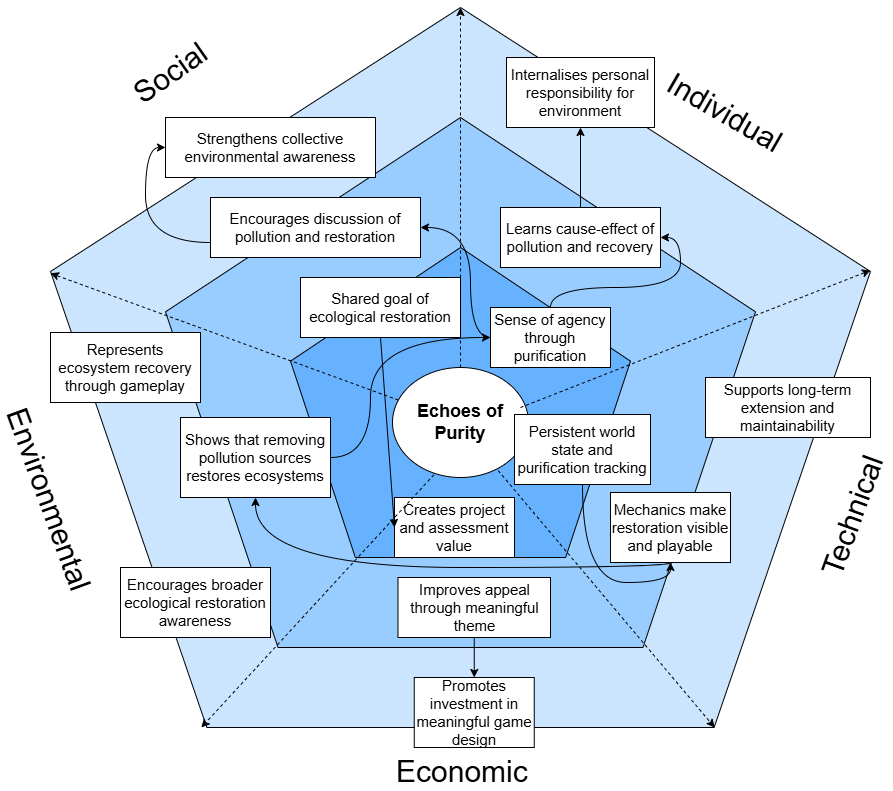
Above: resources/images/Sustainability_Awareness_Framework.png in UoB-COMSM0166/2026-group-6 (draw.io), before the change. Source tidied: cells renumbered, new cells last; positions are measured from the earlier drawing's top-left corner, leaving out a move shared by most shapes.
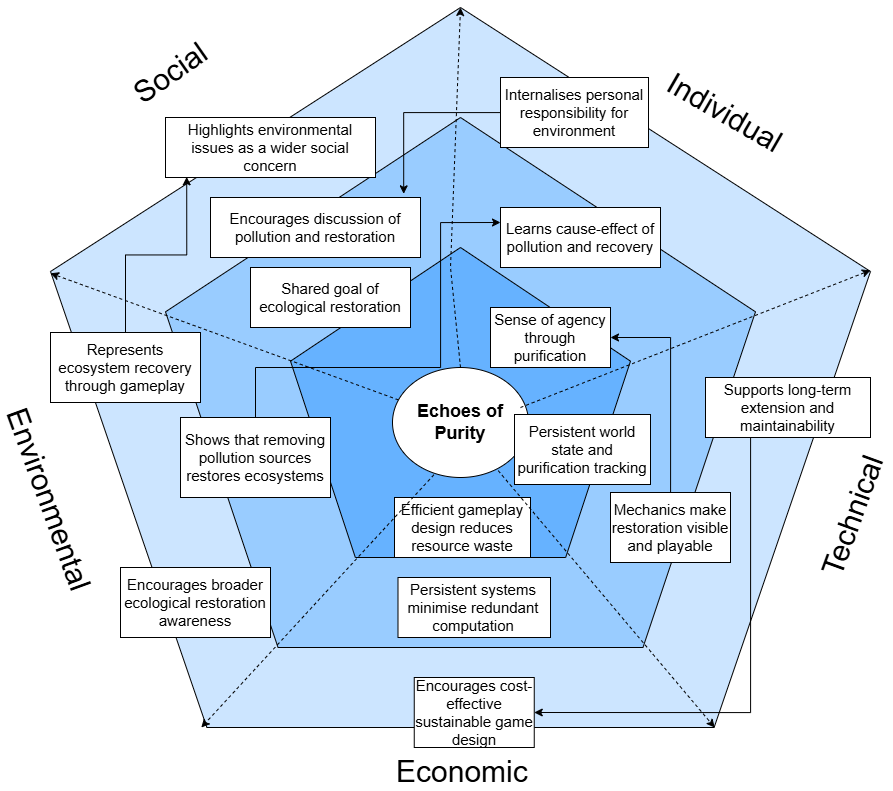
After the commit.

The edit, as a diff of the source:
```diff
@@ -26,75 +26,58 @@
     <mxCell id="9" style="whiteSpace=wrap;html=1;shape=mxgraph.basic.pentagon;fillColor=#66B2FF;" parent="1" vertex="1">
       <mxGeometry x="271" y="240" width="340" height="310" as="geometry" />
     </mxCell>
-    <mxCell id="10" value="&lt;font style=&quot;font-size: 15px;&quot;&gt;Strengthens collective environmental awareness&lt;/font&gt;" style="rounded=0;whiteSpace=wrap;html=1;" parent="1" vertex="1">
-      <mxGeometry x="146" y="110" width="210" height="60" as="geometry" />
-    </mxCell>
-    <mxCell id="11" style="edgeStyle=orthogonalEdgeStyle;rounded=0;jettySize=auto;html=1;entryX=0;entryY=0.5;entryDx=0;entryDy=0;curved=1;exitX=0;exitY=0.75;exitDx=0;exitDy=0;" parent="1" edge="1" source="12" target="10">
-      <mxGeometry relative="1" as="geometry" />
-    </mxCell>
     <mxCell id="12" value="&lt;font style=&quot;font-size: 15px;&quot;&gt;Encourages discussion of pollution and restoration&lt;/font&gt;" style="rounded=0;whiteSpace=wrap;html=1;" parent="1" vertex="1">
       <mxGeometry x="191" y="190" width="210" height="60" as="geometry" />
     </mxCell>
-    <mxCell id="13" style="edgeStyle=orthogonalEdgeStyle;rounded=0;jettySize=auto;html=1;strokeColor=none;curved=1;" parent="1" edge="1" source="14" target="29">
+    <mxCell id="13" style="edgeStyle=orthogonalEdgeStyle;rounded=0;jettySize=auto;html=1;strokeColor=none;curved=1;" parent="1" edge="1" source="10" target="29">
       <mxGeometry relative="1" as="geometry" />
     </mxCell>
     <mxCell id="14" value="&lt;font style=&quot;font-size: 15px;&quot;&gt;Internalises personal responsibility for environment&lt;/font&gt;" style="rounded=0;whiteSpace=wrap;html=1;" parent="1" vertex="1">
-      <mxGeometry x="487" y="50" width="148" height="70" as="geometry" />
+      <mxGeometry x="481" y="70" width="148" height="70" as="geometry" />
     </mxCell>
-    <mxCell id="15" style="edgeStyle=orthogonalEdgeStyle;rounded=0;jettySize=auto;html=1;" parent="1" edge="1" source="16" target="14">
-      <mxGeometry relative="1" as="geometry" />
-    </mxCell>
     <mxCell id="16" value="&lt;font style=&quot;font-size: 15px;&quot;&gt;Learns cause-effect of pollution and recovery&lt;/font&gt;" style="rounded=0;whiteSpace=wrap;html=1;" parent="1" vertex="1">
       <mxGeometry x="481" y="200" width="160" height="60" as="geometry" />
     </mxCell>
-    <mxCell id="17" style="edgeStyle=orthogonalEdgeStyle;rounded=0;jettySize=auto;html=1;entryX=0.5;entryY=1;entryDx=0;entryDy=0;curved=1;" parent="1" edge="1" source="18" target="24">
-      <mxGeometry relative="1" as="geometry">
-        <Array as="points">
-          <mxPoint x="651" y="560" />
-          <mxPoint x="236" y="560" />
-        </Array>
-      </mxGeometry>
-    </mxCell>
+    <mxCell id="41" style="edgeStyle=orthogonalEdgeStyle;rounded=0;jettySize=auto;html=1;entryX=1;entryY=0.5;entryDx=0;entryDy=0;" parent="1" edge="1" source="18" target="28">
+      <mxGeometry relative="1" as="geometry" />
+    </mxCell>
     <mxCell id="18" value="&lt;font style=&quot;font-size: 15px;&quot;&gt;Mechanics make restoration visible and playable&lt;/font&gt;" style="rounded=0;whiteSpace=wrap;html=1;" parent="1" vertex="1">
       <mxGeometry x="591" y="485" width="120" height="70" as="geometry" />
     </mxCell>
+    <mxCell id="42" style="edgeStyle=orthogonalEdgeStyle;rounded=0;jettySize=auto;html=1;entryX=1;entryY=0.5;entryDx=0;entryDy=0;" parent="1" edge="1" source="19" target="21">
+      <mxGeometry relative="1" as="geometry">
+        <Array as="points">
+          <mxPoint x="731" y="705" />
+        </Array>
+      </mxGeometry>
+    </mxCell>
     <mxCell id="19" value="&lt;font style=&quot;font-size: 15px;&quot;&gt;Supports long-term extension and maintainability&lt;/font&gt;" style="rounded=0;whiteSpace=wrap;html=1;" parent="1" vertex="1">
       <mxGeometry x="686" y="370" width="165" height="60" as="geometry" />
     </mxCell>
-    <mxCell id="20" value="&lt;font style=&quot;font-size: 15px;&quot;&gt;Creates project and assessment value&lt;/font&gt;" style="rounded=0;whiteSpace=wrap;html=1;" parent="1" vertex="1">
-      <mxGeometry x="375" y="490" width="120" height="60" as="geometry" />
+    <mxCell id="20" value="&lt;font style=&quot;font-size: 15px;&quot;&gt;Efficient gameplay design reduces resource waste&lt;/font&gt;" style="rounded=0;whiteSpace=wrap;html=1;" parent="1" vertex="1">
+      <mxGeometry x="375" y="490" width="136" height="60" as="geometry" />
     </mxCell>
-    <mxCell id="21" value="&lt;font style=&quot;font-size: 15px;&quot;&gt;Promotes investment in meaningful game design&lt;/font&gt;" style="rounded=0;whiteSpace=wrap;html=1;" parent="1" vertex="1">
+    <mxCell id="21" value="&lt;font style=&quot;font-size: 15px;&quot;&gt;Encourages cost-effective sustainable game design&lt;/font&gt;" style="rounded=0;whiteSpace=wrap;html=1;" parent="1" vertex="1">
       <mxGeometry x="394.8" y="670" width="120" height="70" as="geometry" />
     </mxCell>
-    <mxCell id="22" value="&lt;font style=&quot;font-size: 15px;&quot;&gt;Improves appeal through meaningful theme&lt;/font&gt;" style="rounded=0;whiteSpace=wrap;html=1;" parent="1" vertex="1">
+    <mxCell id="22" value="&lt;font style=&quot;font-size: 15px;&quot;&gt;Persistent systems minimise redundant computation&lt;/font&gt;" style="rounded=0;whiteSpace=wrap;html=1;" parent="1" vertex="1">
       <mxGeometry x="378.5" y="570" width="152.5" height="60" as="geometry" />
     </mxCell>
-    <mxCell id="23" style="edgeStyle=orthogonalEdgeStyle;rounded=0;jettySize=auto;html=1;entryX=0;entryY=0.5;entryDx=0;entryDy=0;curved=1;" parent="1" edge="1" source="24" target="28">
-      <mxGeometry relative="1" as="geometry">
-        <Array as="points">
-          <mxPoint x="351" y="450" />
-          <mxPoint x="351" y="330" />
-        </Array>
-      </mxGeometry>
-    </mxCell>
+    <mxCell id="43" style="edgeStyle=orthogonalEdgeStyle;rounded=0;jettySize=auto;html=1;entryX=0;entryY=0.25;entryDx=0;entryDy=0;" parent="1" edge="1" source="24" target="16">
+      <mxGeometry relative="1" as="geometry">
+        <Array as="points">
+          <mxPoint x="236" y="360" />
+          <mxPoint x="421" y="360" />
+          <mxPoint x="421" y="215" />
+        </Array>
+      </mxGeometry>
+    </mxCell>
     <mxCell id="24" value="&lt;font style=&quot;font-size: 15px;&quot;&gt;Shows that removing pollution sources restores ecosystems&lt;/font&gt;" style="rounded=0;whiteSpace=wrap;html=1;" parent="1" vertex="1">
       <mxGeometry x="161" y="410" width="150" height="80" as="geometry" />
     </mxCell>
     <mxCell id="25" value="&lt;font style=&quot;font-size: 15px;&quot;&gt;Shared goal of ecological restoration&lt;/font&gt;" style="rounded=0;whiteSpace=wrap;html=1;" parent="1" vertex="1">
-      <mxGeometry x="281" y="270" width="160" height="60" as="geometry" />
+      <mxGeometry x="231" y="260" width="160" height="60" as="geometry" />
     </mxCell>
-    <mxCell id="26" style="edgeStyle=orthogonalEdgeStyle;rounded=0;jettySize=auto;html=1;entryX=1;entryY=0.5;entryDx=0;entryDy=0;curved=1;" parent="1" edge="1" source="28" target="12">
-      <mxGeometry relative="1" as="geometry">
-        <Array as="points">
-          <mxPoint x="451" y="330" />
-          <mxPoint x="451" y="220" />
-        </Array>
-      </mxGeometry>
-    </mxCell>
-    <mxCell id="27" style="edgeStyle=orthogonalEdgeStyle;rounded=0;jettySize=auto;html=1;entryX=1;entryY=0.5;entryDx=0;entryDy=0;curved=1;" parent="1" edge="1" source="28" target="16">
-      <mxGeometry relative="1" as="geometry" />
-    </mxCell>
     <mxCell id="28" value="&lt;font style=&quot;font-size: 15px;&quot;&gt;Sense of agency through purification&lt;/font&gt;" style="rounded=0;whiteSpace=wrap;html=1;" parent="1" vertex="1">
       <mxGeometry x="471" y="300" width="120" height="60" as="geometry" />
     </mxCell>
@@ -120,7 +103,11 @@
       <mxGeometry x="373" y="360" width="136" height="110" as="geometry" />
     </mxCell>
     <mxCell id="34" style="endArrow=classic;html=1;rounded=0;entryX=0.5;entryY=0;entryDx=0;entryDy=0;entryPerimeter=0;exitX=0.5;exitY=0;exitDx=0;exitDy=0;dashed=1;" parent="1" edge="1" source="33" target="2">
-      <mxGeometry relative="1" as="geometry" />
+      <mxGeometry relative="1" as="geometry">
+        <Array as="points">
+          <mxPoint x="431" y="260" />
+        </Array>
+      </mxGeometry>
     </mxCell>
     <mxCell id="35" style="endArrow=classic;html=1;rounded=0;entryX=1;entryY=0.365;entryDx=0;entryDy=0;entryPerimeter=0;dashed=1;" parent="1" edge="1" target="2">
       <mxGeometry relative="1" as="geometry">
@@ -130,17 +117,17 @@
     <mxCell id="36" value="&lt;font style=&quot;font-size: 15px;&quot;&gt;Represents ecosystem recovery through gameplay&lt;/font&gt;" style="rounded=0;whiteSpace=wrap;html=1;" parent="1" vertex="1">
       <mxGeometry x="31" y="325" width="150" height="70" as="geometry" />
     </mxCell>
-    <mxCell id="37" style="edgeStyle=orthogonalEdgeStyle;rounded=0;jettySize=auto;html=1;entryX=0.5;entryY=1;entryDx=0;entryDy=0;curved=1;" parent="1" edge="1" source="38" target="18">
-      <mxGeometry relative="1" as="geometry" />
-    </mxCell>
     <mxCell id="38" value="&lt;font style=&quot;font-size: 15px;&quot;&gt;Persistent world state and purification tracking&lt;/font&gt;" style="rounded=0;whiteSpace=wrap;html=1;" parent="1" vertex="1">
       <mxGeometry x="495" y="407" width="136" height="70" as="geometry" />
     </mxCell>
-    <mxCell id="39" style="endArrow=classic;html=1;rounded=0;entryX=0.5;entryY=0;entryDx=0;entryDy=0;exitX=0.5;exitY=1;exitDx=0;exitDy=0;" parent="1" edge="1" source="22" target="21">
-      <mxGeometry relative="1" as="geometry" />
-    </mxCell>
-    <mxCell id="40" style="endArrow=classic;html=1;rounded=0;entryX=0;entryY=0.5;entryDx=0;entryDy=0;exitX=0.5;exitY=1;exitDx=0;exitDy=0;" parent="1" edge="1" source="25" target="20">
-      <mxGeometry relative="1" as="geometry" />
-    </mxCell>
+    <mxCell id="10" value="&lt;font style=&quot;font-size: 15px;&quot;&gt;Highlights environmental issues as a wider social concern&lt;/font&gt;" style="rounded=0;whiteSpace=wrap;html=1;" parent="1" vertex="1">
+      <mxGeometry x="146" y="110" width="210" height="60" as="geometry" />
+    </mxCell>
+    <mxCell id="44" style="edgeStyle=orthogonalEdgeStyle;rounded=0;jettySize=auto;html=1;entryX=0.92;entryY=-0.061;entryDx=0;entryDy=0;entryPerimeter=0;" parent="1" edge="1" source="14" target="12">
+      <mxGeometry relative="1" as="geometry" />
+    </mxCell>
+    <mxCell id="45" style="edgeStyle=orthogonalEdgeStyle;rounded=0;jettySize=auto;html=1;entryX=0.101;entryY=0.99;entryDx=0;entryDy=0;entryPerimeter=0;" parent="1" edge="1" source="36" target="10">
+      <mxGeometry relative="1" as="geometry" />
+    </mxCell>
   </root>
 </mxGraphModel>
```
